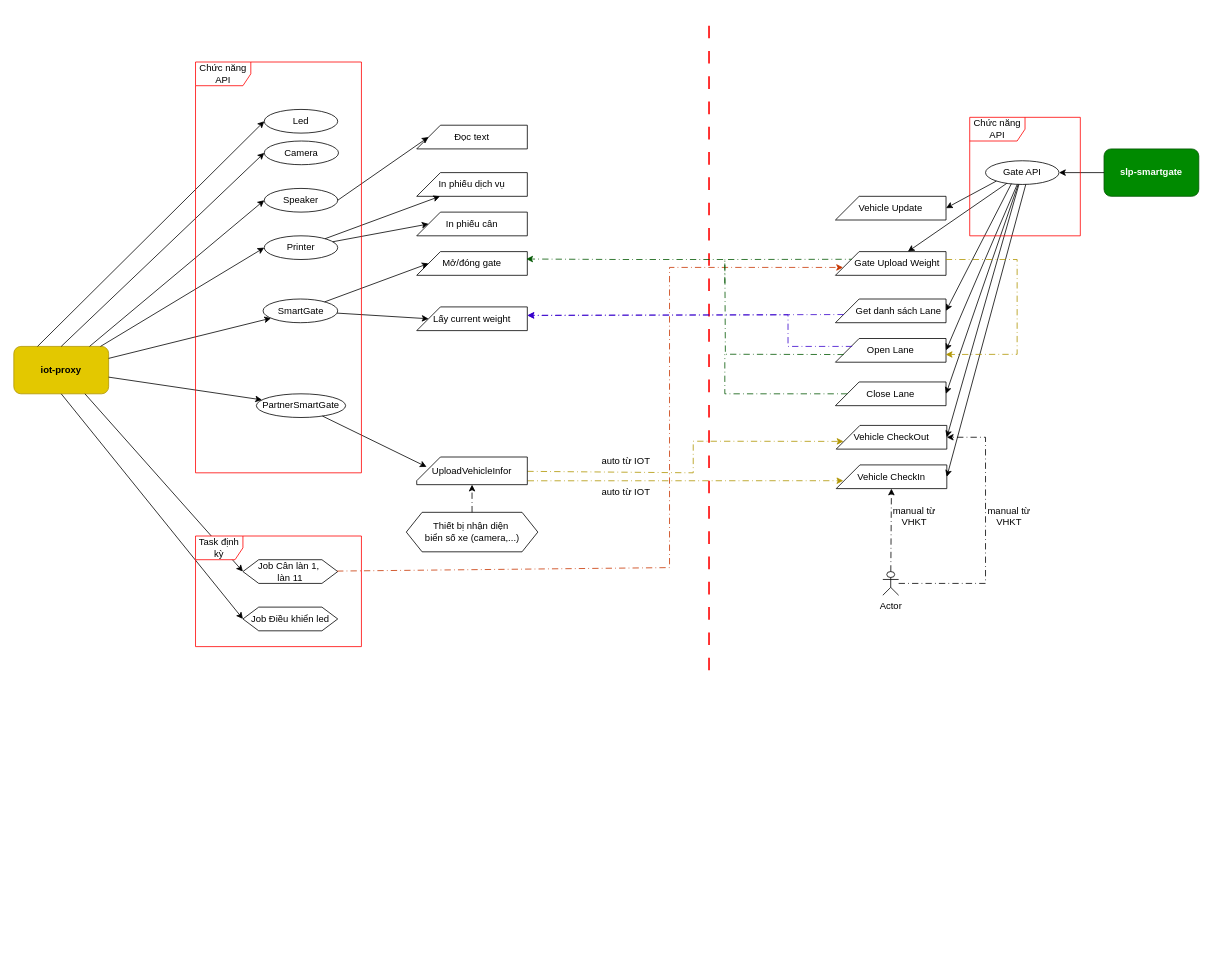
hiep1097/drawio keeps this draw.io diagram as SmartGate.drawio. Above is the earlier version. Source tidied: cells renumbered, new cells numbered last; positions are measured from the earlier drawing's top-left corner, leaving out a move shared by most shapes. Both pictures are drawn from the tidied source at 79%, with x=0, y=0 at pixel (13, 14).
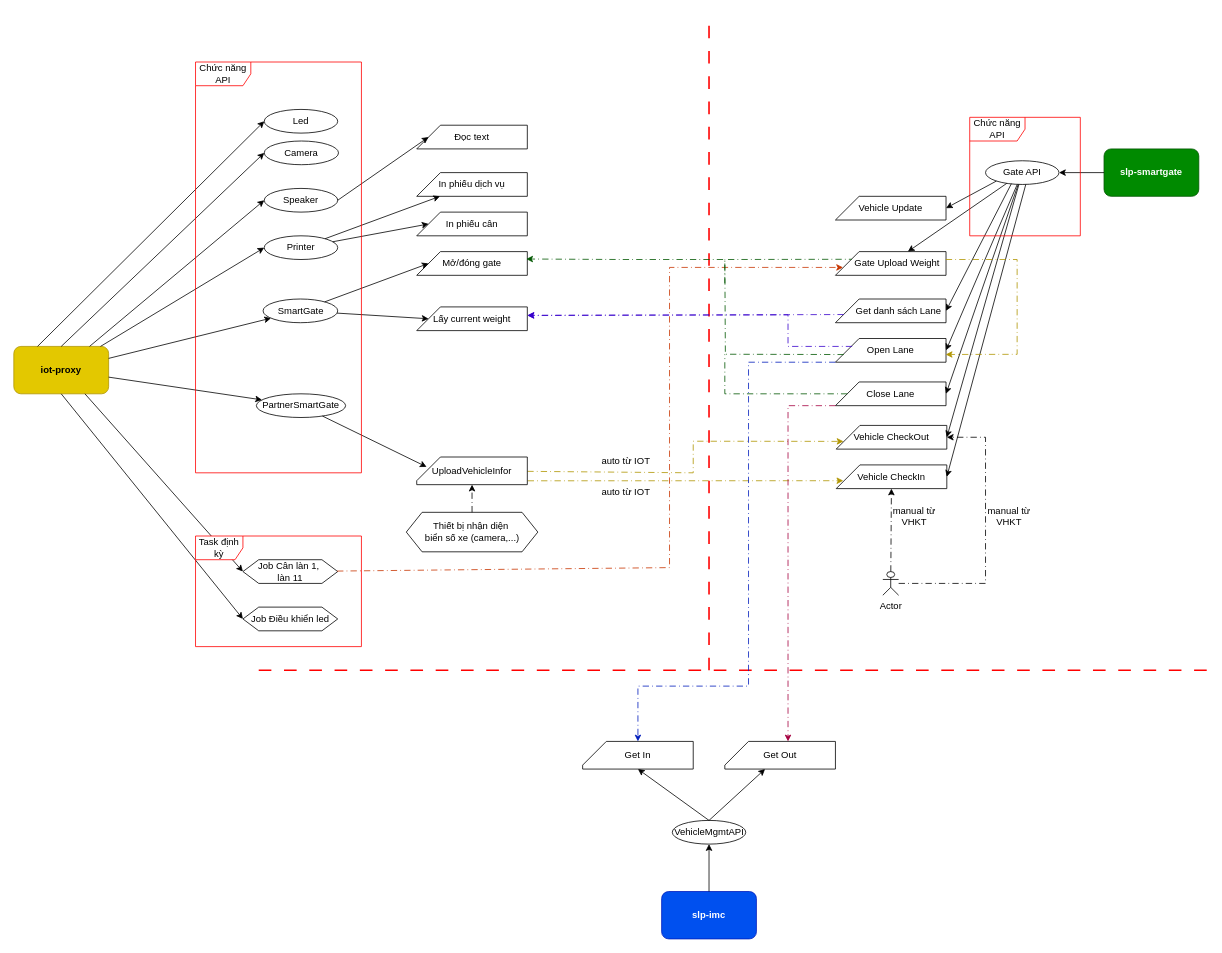
The same page after the edit.

Commit message:
Cập nhật SmartGate.drawio

Unchanged cells that the change refers to:
```xml
<mxCell id="46" value="Open Lane" style="shape=card;whiteSpace=wrap;html=1;" parent="1" vertex="1">
  <mxGeometry x="1040" y="410" width="140" height="30" as="geometry" />
</mxCell>
<mxCell id="47" value="Close Lane" style="shape=card;whiteSpace=wrap;html=1;" parent="1" vertex="1">
  <mxGeometry x="1040" y="465" width="140" height="30" as="geometry" />
</mxCell>
```

What changed in the source:
```diff
@@
+    <mxCell id="70" value="slp-imc" style="rounded=1;whiteSpace=wrap;html=1;fontStyle=1;fillColor=#0050ef;fontColor=#ffffff;strokeColor=#001DBC;" parent="1" vertex="1">
+      <mxGeometry x="820" y="1110" width="120" height="60" as="geometry" />
+    </mxCell>
+    <mxCell id="71" value="VehicleMgmtAPI" style="ellipse;whiteSpace=wrap;html=1;" parent="1" vertex="1">
+      <mxGeometry x="833.5" y="1020" width="93" height="30" as="geometry" />
+    </mxCell>
+    <mxCell id="72" style="endArrow=classic;html=1;rounded=0;" parent="1" edge="1" source="70" target="71">
+      <mxGeometry relative="1" as="geometry" />
+    </mxCell>
+    <mxCell id="73" value="Get In" style="shape=card;whiteSpace=wrap;html=1;" parent="1" vertex="1">
+      <mxGeometry x="720" y="920" width="140" height="35" as="geometry" />
+    </mxCell>
+    <mxCell id="74" value="Get Out" style="shape=card;whiteSpace=wrap;html=1;" parent="1" vertex="1">
+      <mxGeometry x="900" y="920" width="140" height="35" as="geometry" />
+    </mxCell>
+    <mxCell id="75" style="endArrow=none;html=1;rounded=0;dashed=1;dashPattern=8 8;strokeWidth=2;fillColor=#e51400;strokeColor=#FF0000;" parent="1" edge="1">
+      <mxGeometry relative="1" as="geometry">
+        <mxPoint x="1510" y="830" as="sourcePoint" />
+        <mxPoint x="300" y="830" as="targetPoint" />
+      </mxGeometry>
+    </mxCell>
+    <mxCell id="76" style="endArrow=classic;html=1;rounded=0;exitX=0;exitY=0;exitDx=0;exitDy=30;exitPerimeter=0;fillColor=#0050ef;strokeColor=#001DBC;dashed=1;dashPattern=8 4 1 4;" parent="1" edge="1" source="46" target="73">
+      <mxGeometry relative="1" as="geometry">
+        <Array as="points">
+          <mxPoint x="930" y="440" />
+          <mxPoint x="930" y="850" />
+          <mxPoint x="790" y="850" />
+        </Array>
+      </mxGeometry>
+    </mxCell>
+    <mxCell id="77" style="endArrow=classic;html=1;rounded=0;exitX=0.5;exitY=0;exitDx=0;exitDy=0;entryX=0.5;entryY=1;entryDx=0;entryDy=0;entryPerimeter=0;" parent="1" edge="1" source="71" target="73">
+      <mxGeometry relative="1" as="geometry" />
+    </mxCell>
+    <mxCell id="78" style="endArrow=classic;html=1;rounded=0;exitX=0.5;exitY=0;exitDx=0;exitDy=0;" parent="1" edge="1" source="71" target="74">
+      <mxGeometry relative="1" as="geometry" />
+    </mxCell>
+    <mxCell id="79" style="endArrow=classic;html=1;rounded=0;exitX=0;exitY=0;exitDx=0;exitDy=30;exitPerimeter=0;fillColor=#d80073;strokeColor=#A50040;dashed=1;dashPattern=8 4 1 4;" parent="1" edge="1" source="47">
+      <mxGeometry relative="1" as="geometry">
+        <mxPoint x="980" y="920" as="targetPoint" />
+        <Array as="points">
+          <mxPoint x="980" y="495" />
+          <mxPoint x="980" y="850" />
+        </Array>
+      </mxGeometry>
+    </mxCell>
```
